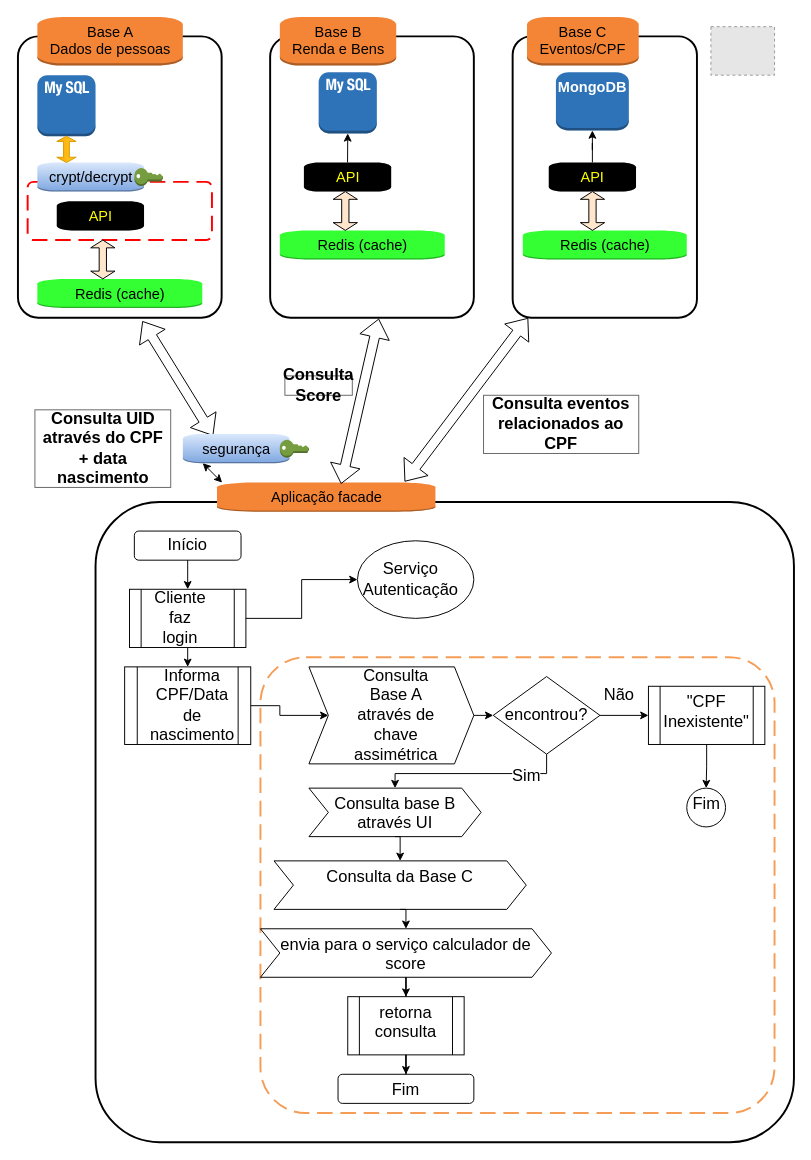
The draw.io diagram diagrams/Bases.drawio in lucksjb/acredita, before the edit. Source tidied: cells renumbered, new cells numbered last; positions are measured from the earlier drawing's top-left corner, leaving out a move shared by most shapes. Both pictures are drawn from the tidied source at 97%, with x=0, y=0 at pixel (17, 16). Pictures stored in the file or linked from it are replaced by grey dashed boxes.
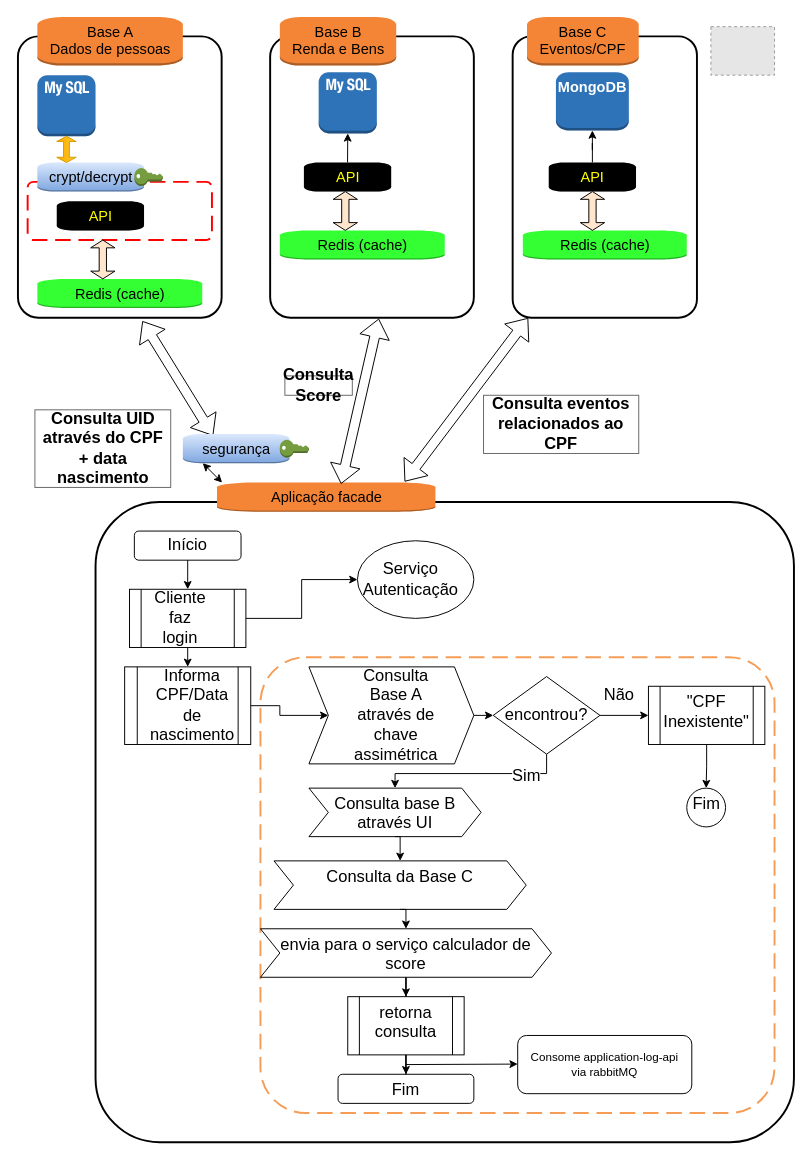
After the change.

The edit, as a diff of the source:
```diff
@@
+    <mxCell id="74" value="Consome application-log-api&lt;br&gt;via rabbitMQ" style="rounded=1;whiteSpace=wrap;html=1;" parent="1" vertex="1">
+      <mxGeometry x="515.2" y="1050" width="179.5" height="60" as="geometry" />
+    </mxCell>
+    <mxCell id="75" style="endArrow=classic;html=1;" parent="1" edge="1">
+      <mxGeometry relative="1" as="geometry">
+        <mxPoint x="400" y="1080" as="sourcePoint" />
+        <mxPoint x="515.2" y="1079.5" as="targetPoint" />
+      </mxGeometry>
+    </mxCell>
```
